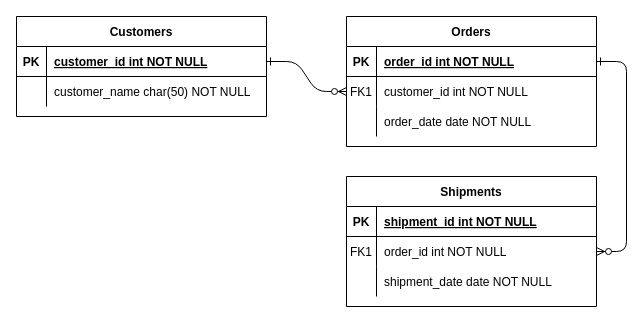
This is Untitled Diagram.drawio from cuunoong/cuunoong, a draw.io file, before an edit. Source tidied: cells renumbered, new cells numbered last; positions are measured from the earlier drawing's top-left corner, leaving out a move shared by most shapes. Both pictures are drawn from the tidied source at 100%, with x=0, y=0 at pixel (16, 16).
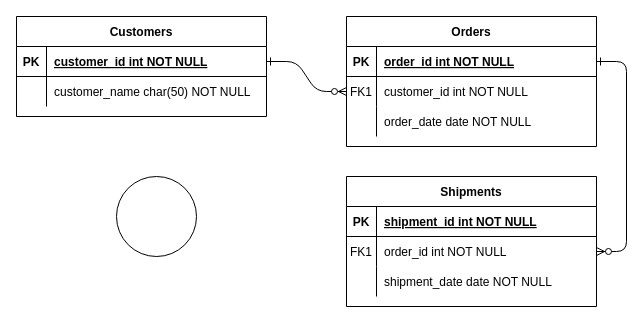
The same page after the edit.

Change to the diagram source:
```diff
@@
+    <mxCell id="31" style="ellipse;whiteSpace=wrap;html=1;" parent="1" vertex="1">
+      <mxGeometry x="100" y="160" width="80" height="80" as="geometry" />
+    </mxCell>
```
